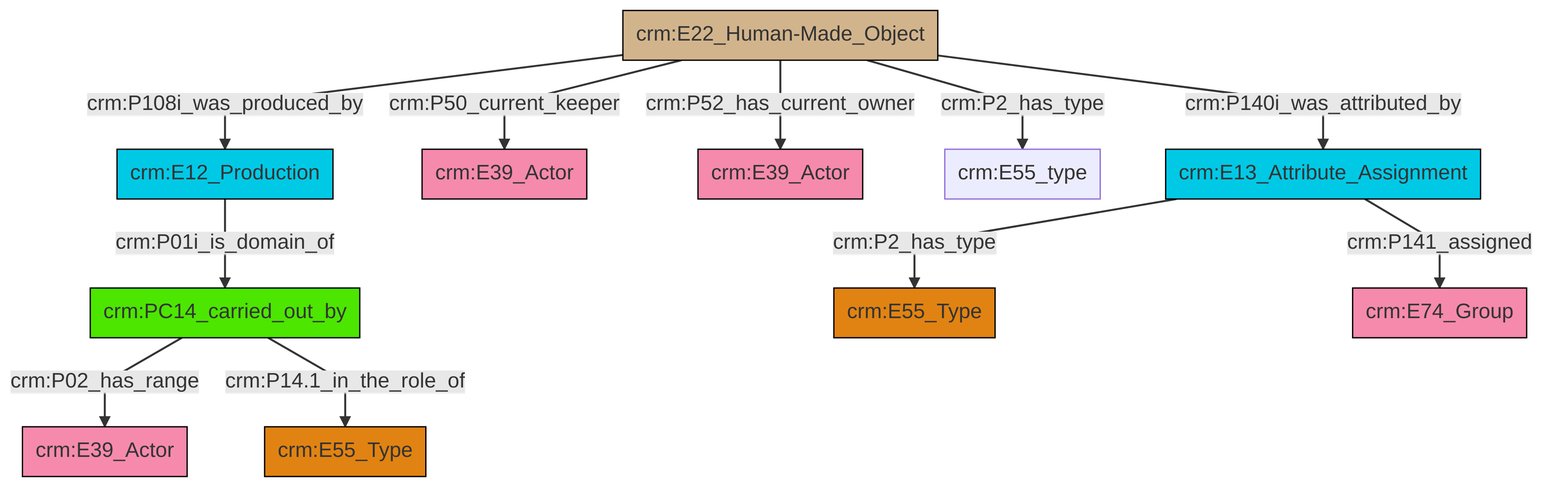
Above: et/artworkCSV/ttl/mmd/png/Artwork_Actor_Relations.png in swiss-art-research-net/reference-data-models (Mermaid), before the change. Its source is kept beside it as et/artworkCSV/ttl/mmd/Artwork_Actor_Relations.ttl.mmd.
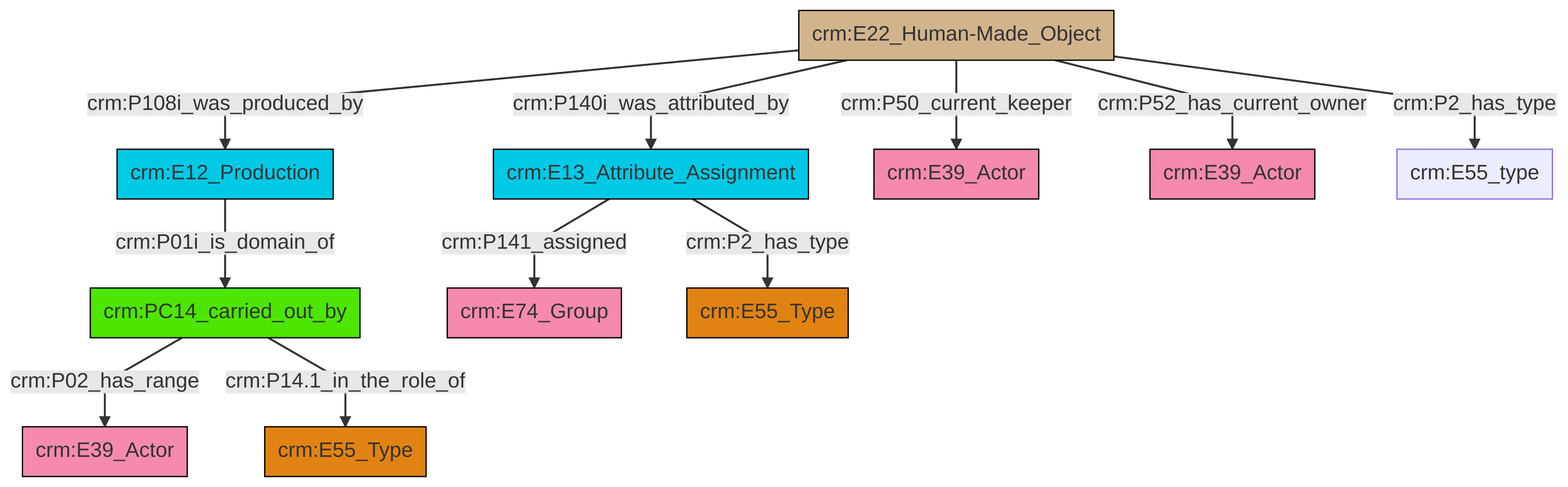
After the change.

Diff of the diagram source:
```diff
@@ -13,13 +13,13 @@
 classDef PC_Classes fill:#4ce600, stroke:#000000;
 classDef Multi fill:#cccccc,stroke:#000000;
 
-2["crm:E22_Human-Made_Object"]:::Physical_Thing -->|crm:P108i_was_produced_by| 3["crm:E12_Production"]:::Temporal_Entity
-2["crm:E22_Human-Made_Object"]:::Physical_Thing -->|crm:P50_current_keeper| 4["crm:E39_Actor"]:::Actor
-2["crm:E22_Human-Made_Object"]:::Physical_Thing -->|crm:P52_has_current_owner| 7["crm:E39_Actor"]:::Actor
-2["crm:E22_Human-Made_Object"]:::Physical_Thing -->|crm:P2_has_type| 0["crm:E55_type"]:::Default
-12["crm:E13_Attribute_Assignment"]:::Temporal_Entity -->|crm:P2_has_type| 10["crm:E55_Type"]:::Type
-15["crm:PC14_carried_out_by"]:::PC_Classes -->|crm:P02_has_range| 8["crm:E39_Actor"]:::Actor
-2["crm:E22_Human-Made_Object"]:::Physical_Thing -->|crm:P140i_was_attributed_by| 12["crm:E13_Attribute_Assignment"]:::Temporal_Entity
-3["crm:E12_Production"]:::Temporal_Entity -->|crm:P01i_is_domain_of| 15["crm:PC14_carried_out_by"]:::PC_Classes
-12["crm:E13_Attribute_Assignment"]:::Temporal_Entity -->|crm:P141_assigned| 20["crm:E74_Group"]:::Actor
-15["crm:PC14_carried_out_by"]:::PC_Classes -->|crm:P14.1_in_the_role_of| 5["crm:E55_Type"]:::Type
+2["crm:PC14_carried_out_by"]:::PC_Classes -->|crm:P02_has_range| 0["crm:E39_Actor"]:::Actor
+3["crm:E12_Production"]:::Temporal_Entity -->|crm:P01i_is_domain_of| 2["crm:PC14_carried_out_by"]:::PC_Classes
+4["crm:E22_Human-Made_Object"]:::Physical_Thing -->|crm:P108i_was_produced_by| 3["crm:E12_Production"]:::Temporal_Entity
+4["crm:E22_Human-Made_Object"]:::Physical_Thing -->|crm:P140i_was_attributed_by| 7["crm:E13_Attribute_Assignment"]:::Temporal_Entity
+4["crm:E22_Human-Made_Object"]:::Physical_Thing -->|crm:P50_current_keeper| 10["crm:E39_Actor"]:::Actor
+7["crm:E13_Attribute_Assignment"]:::Temporal_Entity -->|crm:P141_assigned| 12["crm:E74_Group"]:::Actor
+7["crm:E13_Attribute_Assignment"]:::Temporal_Entity -->|crm:P2_has_type| 13["crm:E55_Type"]:::Type
+2["crm:PC14_carried_out_by"]:::PC_Classes -->|crm:P14.1_in_the_role_of| 8["crm:E55_Type"]:::Type
+4["crm:E22_Human-Made_Object"]:::Physical_Thing -->|crm:P52_has_current_owner| 16["crm:E39_Actor"]:::Actor
+4["crm:E22_Human-Made_Object"]:::Physical_Thing -->|crm:P2_has_type| 19["crm:E55_type"]:::Default
```
